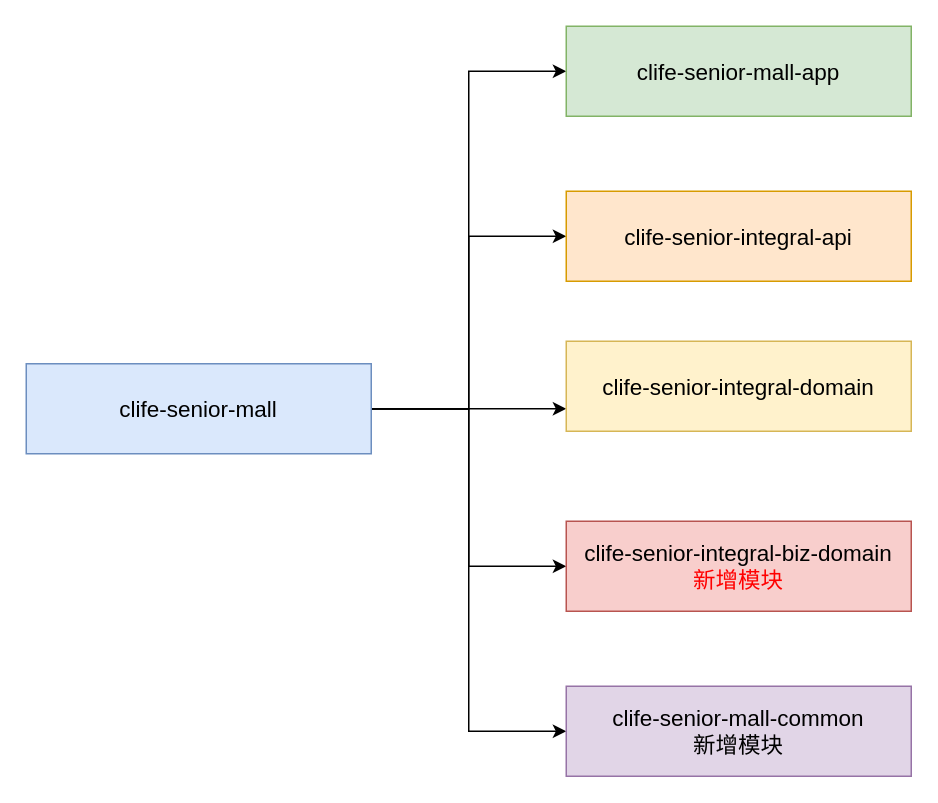
Earlier version of the draw.io diagram 积分商城重构项目模块.drawio (messi122/picture). Source tidied: cells renumbered, new cells numbered last; positions are measured from the earlier drawing's top-left corner, leaving out a move shared by most shapes. Both pictures are drawn from the tidied source at 150%, with x=0, y=0 at pixel (26, 26).
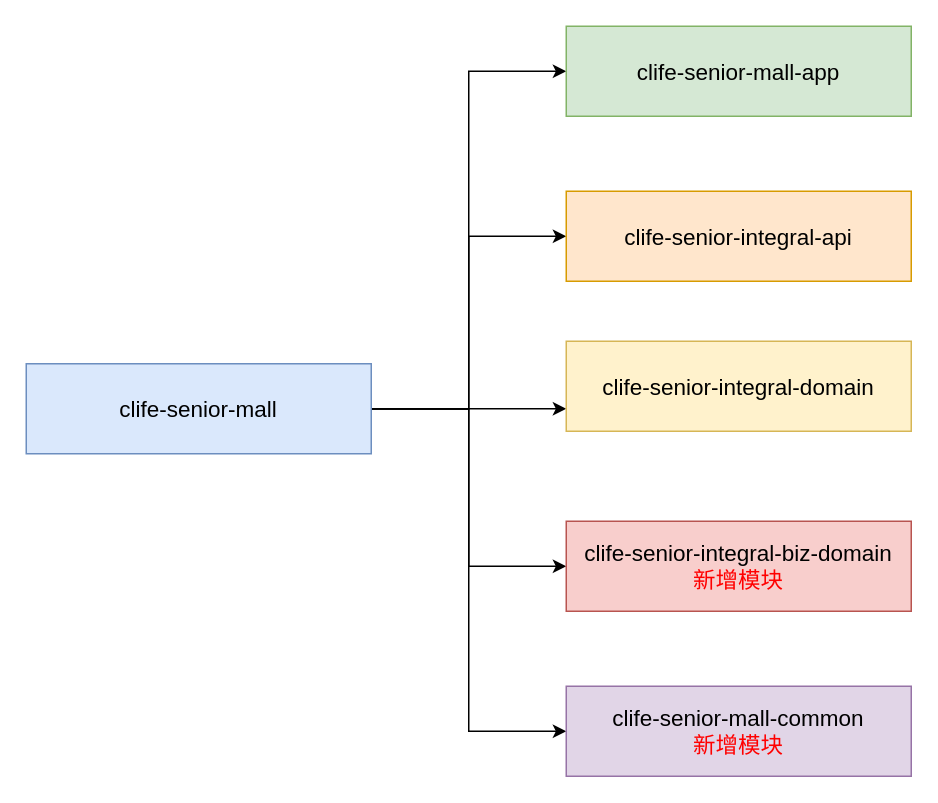
After the change.

Commit message (it also covers changes not shown here):
更新积分商城重构项目模块.drawio

Diff of the diagram source:
```diff
@@
 <mxGraphModel>
   <root>
     <mxCell id="0" />
     <mxCell id="1" parent="0" />
     <mxCell id="2" style="edgeStyle=orthogonalEdgeStyle;rounded=0;jettySize=auto;html=1;exitX=1;exitY=0.5;exitDx=0;exitDy=0;entryX=0;entryY=0.5;entryDx=0;entryDy=0;" parent="1" edge="1" source="7" target="8">
       <mxGeometry relative="1" as="geometry" />
     </mxCell>
     <mxCell id="3" style="edgeStyle=orthogonalEdgeStyle;rounded=0;jettySize=auto;html=1;exitX=1;exitY=0.5;exitDx=0;exitDy=0;entryX=0;entryY=0.5;entryDx=0;entryDy=0;" parent="1" edge="1" source="7" target="9">
       <mxGeometry relative="1" as="geometry" />
     </mxCell>
     <mxCell id="4" style="edgeStyle=orthogonalEdgeStyle;rounded=0;jettySize=auto;html=1;exitX=1;exitY=0.5;exitDx=0;exitDy=0;entryX=0;entryY=0.75;entryDx=0;entryDy=0;" parent="1" edge="1" source="7" target="10">
       <mxGeometry relative="1" as="geometry" />
     </mxCell>
     <mxCell id="5" style="edgeStyle=orthogonalEdgeStyle;rounded=0;jettySize=auto;html=1;entryX=0;entryY=0.5;entryDx=0;entryDy=0;" parent="1" edge="1" source="7" target="11">
       <mxGeometry relative="1" as="geometry" />
     </mxCell>
     <mxCell id="6" style="edgeStyle=orthogonalEdgeStyle;rounded=0;jettySize=auto;html=1;exitX=1;exitY=0.5;exitDx=0;exitDy=0;entryX=0;entryY=0.5;entryDx=0;entryDy=0;" parent="1" edge="1" source="7" target="12">
       <mxGeometry relative="1" as="geometry" />
     </mxCell>
     <mxCell id="7" value="&lt;font style=&quot;font-size: 15px;&quot;&gt;clife-senior-mall&lt;/font&gt;" style="rounded=0;whiteSpace=wrap;html=1;fillColor=#dae8fc;strokeColor=#6c8ebf;" parent="1" vertex="1">
       <mxGeometry y="225" width="230" height="60" as="geometry" />
     </mxCell>
     <mxCell id="8" value="&lt;font style=&quot;font-size: 15px;&quot;&gt;clife-senior-mall-app&lt;/font&gt;" style="rounded=0;whiteSpace=wrap;html=1;fillColor=#d5e8d4;strokeColor=#82b366;" parent="1" vertex="1">
       <mxGeometry x="360" width="230" height="60" as="geometry" />
     </mxCell>
     <mxCell id="9" value="&lt;font style=&quot;font-size: 15px;&quot;&gt;clife-senior-integral-api&lt;/font&gt;" style="rounded=0;whiteSpace=wrap;html=1;fillColor=#ffe6cc;strokeColor=#d79b00;" parent="1" vertex="1">
       <mxGeometry x="360" y="110" width="230" height="60" as="geometry" />
     </mxCell>
     <mxCell id="10" value="&lt;font style=&quot;font-size: 15px;&quot;&gt;clife-senior-integral-domain&lt;/font&gt;" style="rounded=0;whiteSpace=wrap;html=1;fillColor=#fff2cc;strokeColor=#d6b656;" parent="1" vertex="1">
       <mxGeometry x="360" y="210" width="230" height="60" as="geometry" />
     </mxCell>
     <mxCell id="11" value="&lt;span style=&quot;font-size: 15px;&quot;&gt;clife-senior-integral-biz-domain&lt;/span&gt;&lt;div&gt;&lt;span style=&quot;font-size: 15px;&quot;&gt;&lt;font style=&quot;color: rgb(255, 0, 0);&quot;&gt;新增模块&lt;/font&gt;&lt;/span&gt;&lt;/div&gt;" style="rounded=0;whiteSpace=wrap;html=1;fillColor=#f8cecc;strokeColor=#b85450;" parent="1" vertex="1">
       <mxGeometry x="360" y="330" width="230" height="60" as="geometry" />
     </mxCell>
-    <mxCell id="12" value="&lt;font style=&quot;font-size: 15px;&quot;&gt;clife-senior-mall-common&lt;/font&gt;&lt;div&gt;&lt;font style=&quot;font-size: 15px;&quot;&gt;新增模块&lt;/font&gt;&lt;/div&gt;" style="rounded=0;whiteSpace=wrap;html=1;fillColor=#e1d5e7;strokeColor=#9673a6;" parent="1" vertex="1">
+    <mxCell id="12" value="&lt;font style=&quot;font-size: 15px;&quot;&gt;clife-senior-mall-common&lt;/font&gt;&lt;div&gt;&lt;font style=&quot;font-size: 15px; color: rgb(255, 0, 0);&quot;&gt;新增模块&lt;/font&gt;&lt;/div&gt;" style="rounded=0;whiteSpace=wrap;html=1;fillColor=#e1d5e7;strokeColor=#9673a6;" parent="1" vertex="1">
       <mxGeometry x="360" y="440" width="230" height="60" as="geometry" />
     </mxCell>
   </root>
 </mxGraphModel>
```
